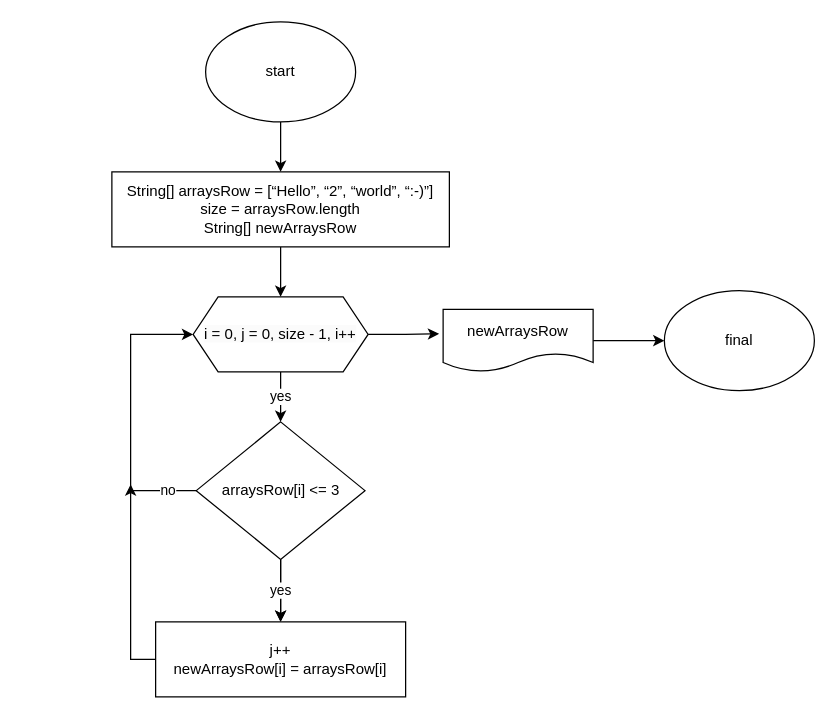
Earlier version of the draw.io diagram schema.drawio (EvGitKan/finalControlWork). Source tidied: cells renumbered, new cells numbered last; positions are measured from the earlier drawing's top-left corner, leaving out a move shared by most shapes. Both pictures are drawn from the tidied source at 125%, with x=0, y=0 at pixel (111, 21).
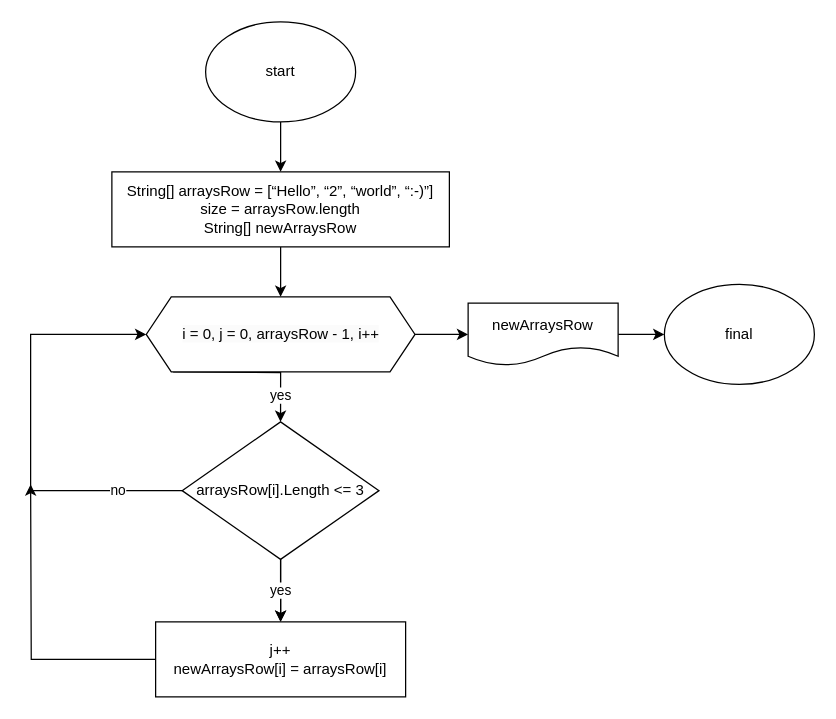
The same page after the edit.

Unchanged cells that the change refers to:
```xml
<mxCell id="12" value="j++&lt;br&gt;newArraysRow[i] = arraysRow[i]" style="rounded=0;whiteSpace=wrap;html=1;" parent="1" vertex="1">
  <mxGeometry x="35" y="480" width="200" height="60" as="geometry" />
</mxCell>
```

What changed in the source:
```diff
@@
     <mxCell id="6" value="no" style="edgeStyle=orthogonalEdgeStyle;rounded=0;jettySize=auto;html=1;exitX=0;exitY=0.5;exitDx=0;exitDy=0;entryX=0;entryY=0.5;entryDx=0;entryDy=0;" parent="1" edge="1" source="7" target="10">
-      <mxGeometry x="-0.8" relative="1" as="geometry">
+      <mxGeometry x="-0.7" relative="1" as="geometry">
         <Array as="points">
-          <mxPoint x="15" y="375" />
-          <mxPoint x="15" y="250" />
+          <mxPoint x="-65" y="375" />
+          <mxPoint x="-65" y="250" />
         </Array>
       </mxGeometry>
     </mxCell>
-    <mxCell id="7" value="arraysRow[i] &amp;lt;= 3" style="rhombus;whiteSpace=wrap;html=1;" parent="1" vertex="1">
-      <mxGeometry x="67.5" y="320" width="135" height="110" as="geometry" />
+    <mxCell id="7" value="arraysRow[i].Length &amp;lt;= 3" style="rhombus;whiteSpace=wrap;html=1;" parent="1" vertex="1">
+      <mxGeometry x="56.2" y="320" width="157.5" height="110" as="geometry" />
     </mxCell>
-    <mxCell id="8" value="yes" style="edgeStyle=orthogonalEdgeStyle;rounded=0;jettySize=auto;html=1;exitX=0.5;exitY=1;exitDx=0;exitDy=0;entryX=0.5;entryY=0;entryDx=0;entryDy=0;" parent="1" edge="1" source="10" target="7">
-      <mxGeometry relative="1" as="geometry" />
+    <mxCell id="8" value="yes" style="edgeStyle=orthogonalEdgeStyle;rounded=0;jettySize=auto;html=1;exitX=0.5;exitY=1;exitDx=0;exitDy=0;entryX=0.5;entryY=0;entryDx=0;entryDy=0;" parent="1" edge="1" target="7">
+      <mxGeometry x="0.68" relative="1" as="geometry">
+        <mxPoint x="49" y="280" as="sourcePoint" />
+      </mxGeometry>
     </mxCell>
-    <mxCell id="9" style="edgeStyle=orthogonalEdgeStyle;rounded=0;jettySize=auto;html=1;exitX=1;exitY=0.5;exitDx=0;exitDy=0;entryX=-0.027;entryY=0.391;entryDx=0;entryDy=0;entryPerimeter=0;" parent="1" edge="1" source="10" target="14">
+    <mxCell id="9" style="edgeStyle=orthogonalEdgeStyle;rounded=0;jettySize=auto;html=1;" parent="1" edge="1" source="10" target="14">
       <mxGeometry relative="1" as="geometry" />
     </mxCell>
-    <mxCell id="10" value="&lt;span style=&quot;color: rgb(0, 0, 0); font-family: Helvetica; font-size: 12px; font-style: normal; font-variant-ligatures: normal; font-variant-caps: normal; font-weight: 400; letter-spacing: normal; orphans: 2; text-align: center; text-indent: 0px; text-transform: none; widows: 2; word-spacing: 0px; -webkit-text-stroke-width: 0px; background-color: rgb(251, 251, 251); text-decoration-thickness: initial; text-decoration-style: initial; text-decoration-color: initial; float: none; display: inline !important;&quot;&gt;i = 0, j = 0, size - 1, i++&lt;/span&gt;" style="shape=hexagon;perimeter=hexagonPerimeter2;whiteSpace=wrap;html=1;fixedSize=1;labelPosition=center;verticalLabelPosition=middle;align=center;verticalAlign=middle;" parent="1" vertex="1">
-      <mxGeometry x="65" y="220" width="140" height="60" as="geometry" />
+    <mxCell id="10" value="&lt;span style=&quot;color: rgb(0, 0, 0); font-family: Helvetica; font-size: 12px; font-style: normal; font-variant-ligatures: normal; font-variant-caps: normal; font-weight: 400; letter-spacing: normal; orphans: 2; text-align: center; text-indent: 0px; text-transform: none; widows: 2; word-spacing: 0px; -webkit-text-stroke-width: 0px; background-color: rgb(251, 251, 251); text-decoration-thickness: initial; text-decoration-style: initial; text-decoration-color: initial; float: none; display: inline !important;&quot;&gt;i = 0, j = 0, arraysRow - 1, i++&lt;/span&gt;" style="shape=hexagon;perimeter=hexagonPerimeter2;whiteSpace=wrap;html=1;fixedSize=1;labelPosition=center;verticalLabelPosition=middle;align=center;verticalAlign=middle;" parent="1" vertex="1">
+      <mxGeometry x="27.5" y="220" width="215" height="60" as="geometry" />
     </mxCell>
     <mxCell id="11" style="edgeStyle=orthogonalEdgeStyle;rounded=0;jettySize=auto;html=1;exitX=0;exitY=0.5;exitDx=0;exitDy=0;" parent="1" edge="1" source="12">
       <mxGeometry relative="1" as="geometry">
-        <mxPoint x="15" y="370" as="targetPoint" />
+        <mxPoint x="-65" y="370" as="targetPoint" />
       </mxGeometry>
     </mxCell>
@@
     <mxCell id="14" value="newArraysRow" style="shape=document;whiteSpace=wrap;html=1;boundedLbl=1;" parent="1" vertex="1">
-      <mxGeometry x="265" y="230" width="120" height="50" as="geometry" />
+      <mxGeometry x="285" y="225" width="120" height="50" as="geometry" />
     </mxCell>
     <mxCell id="15" value="final" style="ellipse;whiteSpace=wrap;html=1;" parent="1" vertex="1">
-      <mxGeometry x="442" y="215" width="120" height="80" as="geometry" />
+      <mxGeometry x="442" y="210" width="120" height="80" as="geometry" />
     </mxCell>
```
